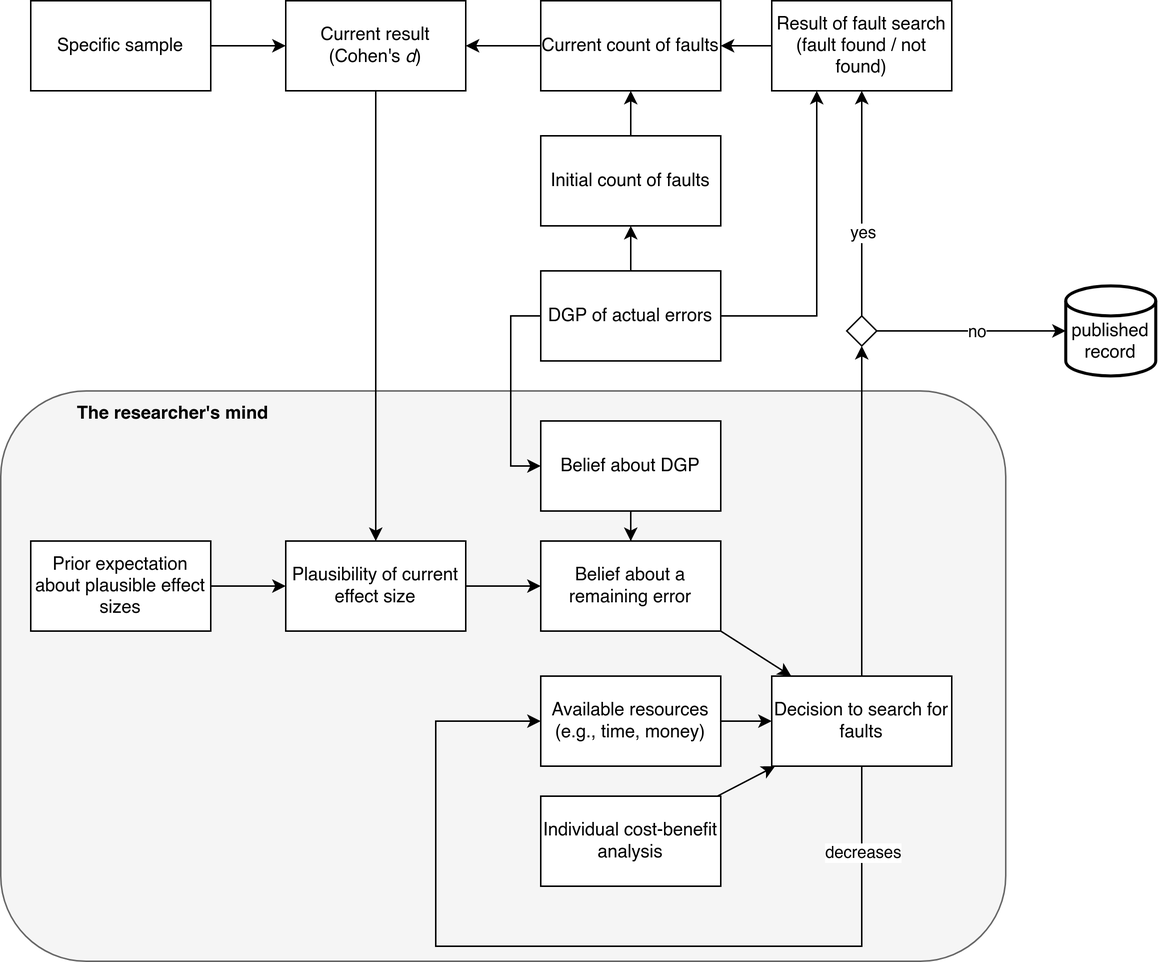
Before: scientific_errors_VAST.drawio.png, a diagram exported from draw.io (nicebread/scientific_errors). Source tidied: cells renumbered, new cells last; positions are measured from the earlier drawing's top-left corner, leaving out a move shared by most shapes.
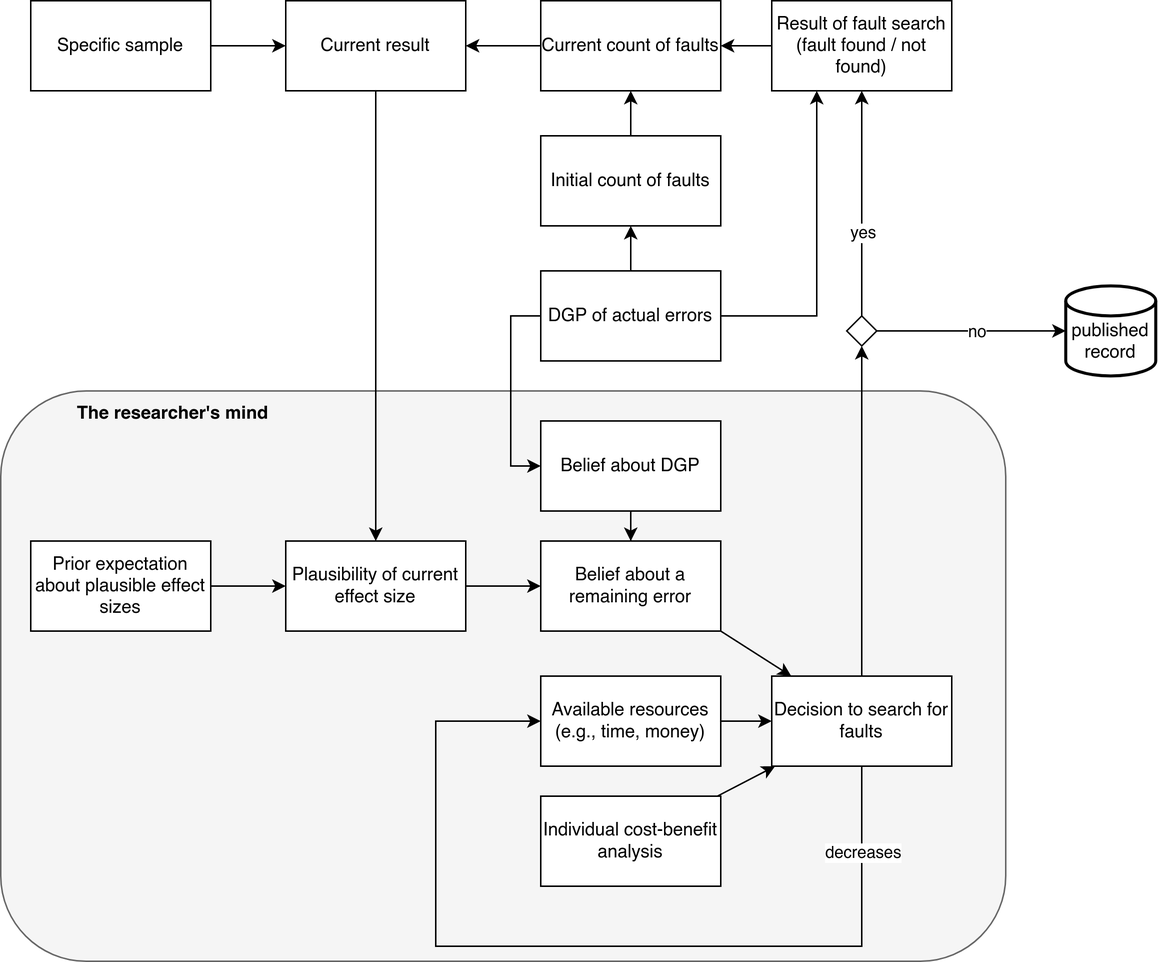
After the commit.

Diff of the diagram source:
```diff
@@ -82,7 +82,7 @@
     <mxCell id="25" value="DGP of actual errors" style="rounded=0;whiteSpace=wrap;html=1;" parent="1" vertex="1">
       <mxGeometry x="360" y="180" width="120" height="60" as="geometry" />
     </mxCell>
-    <mxCell id="26" value="Current result (Cohen's &lt;i&gt;d&lt;/i&gt;)" style="rounded=0;whiteSpace=wrap;html=1;" parent="1" vertex="1">
+    <mxCell id="26" value="Current result" style="rounded=0;whiteSpace=wrap;html=1;" parent="1" vertex="1">
       <mxGeometry x="190" width="120" height="60" as="geometry" />
     </mxCell>
     <mxCell id="27" style="endArrow=classic;html=1;rounded=0;" parent="1" edge="1" source="26" target="5">
```
